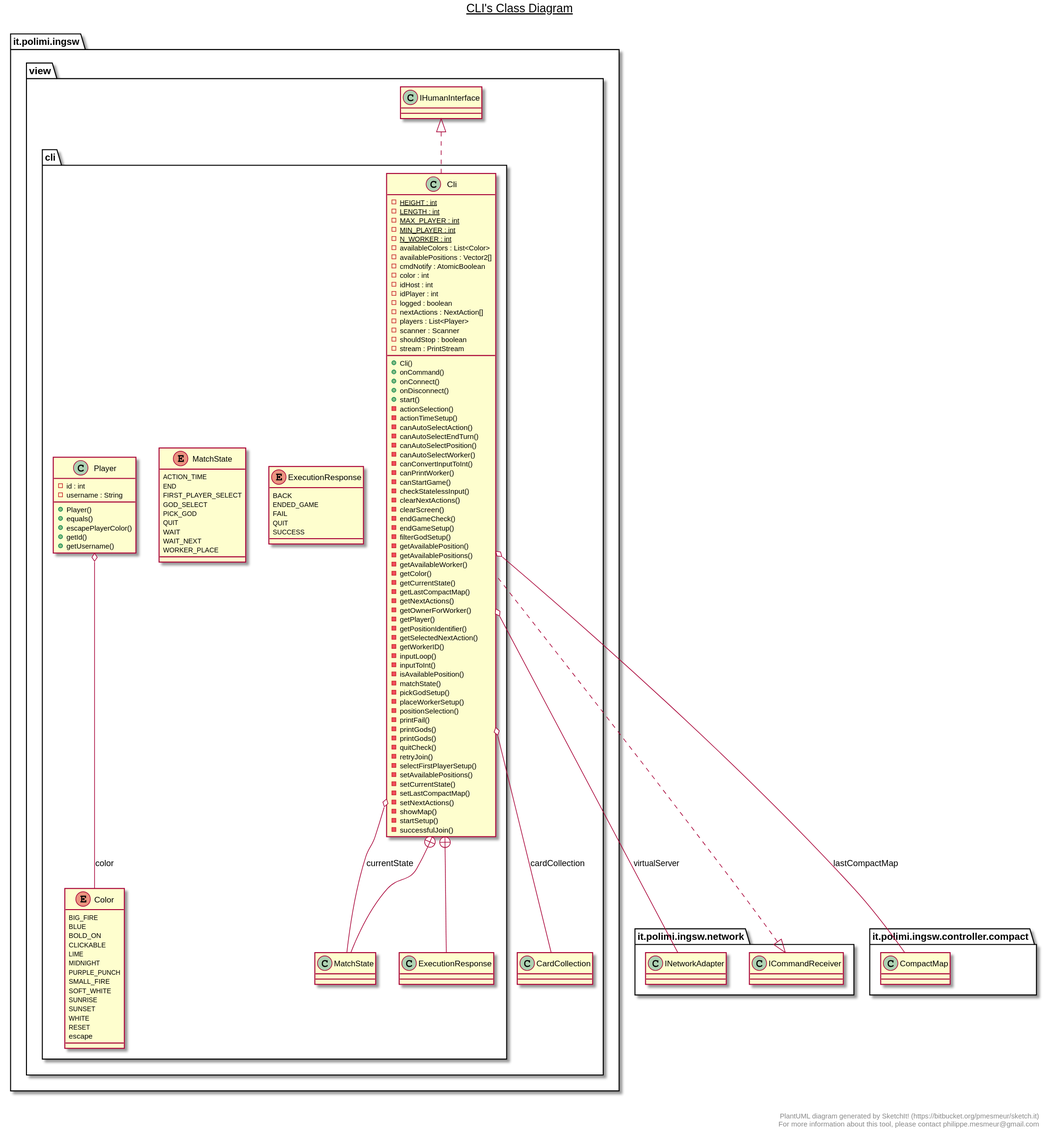
Above: deliverables/uml/complete/cli.svg in rickycorte/ing-sw-2020-attorre-burduja-cortelazzo (PlantUML), before the change.
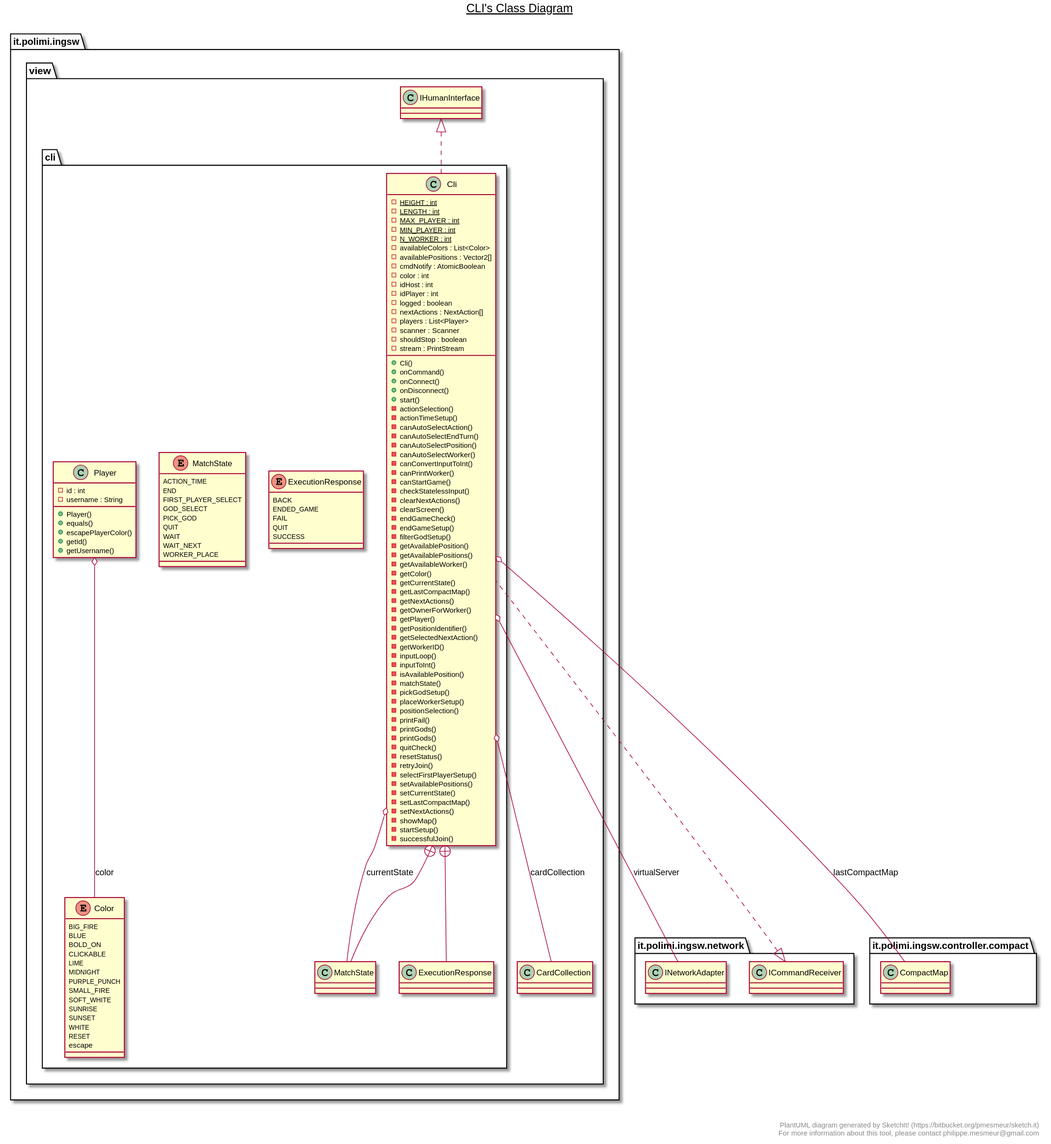
Above is the later version.

Diff of the diagram source:
```diff
@@ -66,6 +66,7 @@
             - printGods()
             - printGods()
             - quitCheck()
+            - resetStatus()
             - retryJoin()
             - selectFirstPlayerSetup()
             - setAvailablePositions()
```
